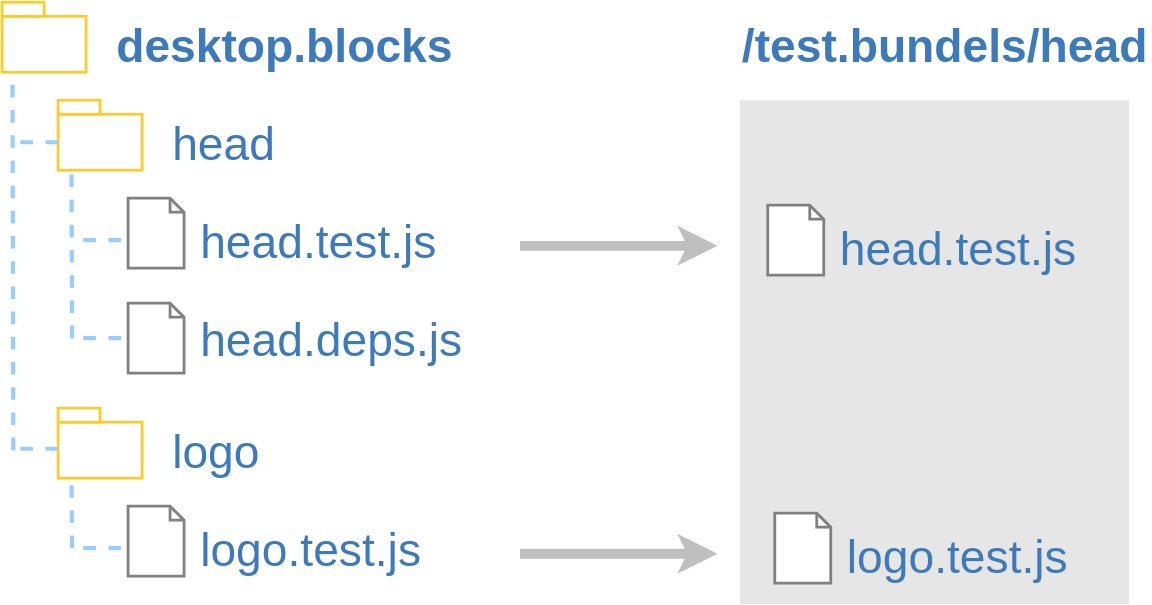
Earlier version of the draw.io export pictures/filter-by-block.svg (dima117/direct-infr). Source tidied: cells renumbered, new cells last; positions are measured from the earlier drawing's top-left corner, leaving out a move shared by most shapes.
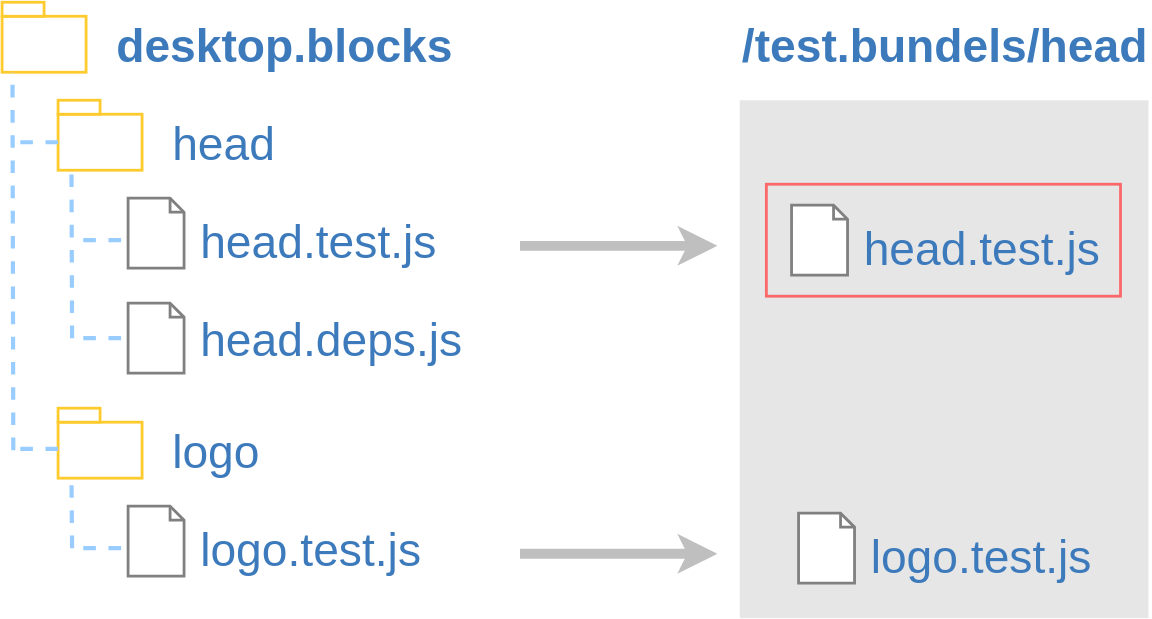
The same file after the commit.

Diff of the diagram source:
```diff
@@ -1,4 +1,4 @@
-<mxGraphModel background="#ffffff">
+<mxGraphModel>
   <root>
     <mxCell id="0" />
     <mxCell id="1" parent="0" />
@@ -119,28 +119,28 @@
       </mxGeometry>
     </mxCell>
     <mxCell id="32" style="rounded=0;whiteSpace=wrap;html=1;strokeColor=none;strokeWidth=1;fillColor=#E6E6E6;fontFamily=Helvetica;fontSize=32;fontColor=#60CC9E;align=center;" parent="1" vertex="1">
-      <mxGeometry x="527" y="70" width="278" height="360" as="geometry" />
+      <mxGeometry x="527" y="70" width="292" height="370" as="geometry" />
     </mxCell>
     <mxCell id="33" value="&lt;div style=&quot;text-align: left&quot;&gt;&lt;span&gt;/test.bundels/head&lt;/span&gt;&lt;/div&gt;" style="text;html=1;strokeColor=none;fillColor=none;align=left;verticalAlign=middle;whiteSpace=wrap;rounded=0;fontFamily=Helvetica;fontSize=33;fontColor=#3C7ABC;fontStyle=1;" parent="1" vertex="1">
       <mxGeometry x="527" y="20" width="40" height="20" as="geometry" />
     </mxCell>
     <mxCell id="34" style="group;" parent="1" vertex="1">
-      <mxGeometry x="547" y="145" width="40" height="50" as="geometry" />
+      <mxGeometry x="564" y="145" width="40" height="50" as="geometry" />
     </mxCell>
     <mxCell id="35" style="shape=note;whiteSpace=wrap;html=1;strokeColor=#808080;strokeWidth=2;fillColor=#FFFFFF;fontSize=24;fontColor=#333333;align=left;size=10;" parent="34" vertex="1">
       <mxGeometry width="40" height="50" as="geometry" />
     </mxCell>
     <mxCell id="36" value="&lt;div style=&quot;text-align: left&quot;&gt;&lt;span&gt;head.test.js&lt;/span&gt;&lt;/div&gt;" style="text;html=1;strokeColor=none;fillColor=none;align=left;verticalAlign=middle;whiteSpace=wrap;rounded=0;fontFamily=Helvetica;fontSize=33;fontColor=#3C7ABC;" parent="1" vertex="1">
-      <mxGeometry x="597" y="165" width="40" height="20" as="geometry" />
+      <mxGeometry x="614" y="165" width="40" height="20" as="geometry" />
     </mxCell>
     <mxCell id="37" style="group;" parent="1" vertex="1">
-      <mxGeometry x="552" y="365" width="40" height="50" as="geometry" />
+      <mxGeometry x="569" y="365" width="40" height="50" as="geometry" />
     </mxCell>
     <mxCell id="38" style="shape=note;whiteSpace=wrap;html=1;strokeColor=#808080;strokeWidth=2;fillColor=#FFFFFF;fontSize=24;fontColor=#333333;align=left;size=10;" parent="37" vertex="1">
       <mxGeometry width="40" height="50" as="geometry" />
     </mxCell>
     <mxCell id="39" value="&lt;div style=&quot;text-align: left&quot;&gt;&lt;span&gt;logo.test.js&lt;/span&gt;&lt;/div&gt;" style="text;html=1;strokeColor=none;fillColor=none;align=left;verticalAlign=middle;whiteSpace=wrap;rounded=0;fontFamily=Helvetica;fontSize=33;fontColor=#3C7ABC;" parent="1" vertex="1">
-      <mxGeometry x="602" y="385" width="40" height="20" as="geometry" />
+      <mxGeometry x="619" y="385" width="40" height="20" as="geometry" />
     </mxCell>
     <mxCell id="40" style="endArrow=classic;html=1;strokeColor=#BFBFBF;strokeWidth=7;fontFamily=Helvetica;fontSize=24;fontColor=#3C7ABC;align=left;" parent="1" edge="1">
       <mxGeometry relative="1" as="geometry">
@@ -148,5 +148,8 @@
         <mxPoint x="511" y="394" as="targetPoint" />
       </mxGeometry>
     </mxCell>
+    <mxCell id="41" style="rounded=0;whiteSpace=wrap;html=1;strokeColor=#FA686A;strokeWidth=2;fillColor=none;fontFamily=Helvetica;fontSize=1;fontColor=#3C7ABC;align=left;" parent="1" vertex="1">
+      <mxGeometry x="546" y="130" width="253" height="80" as="geometry" />
+    </mxCell>
   </root>
 </mxGraphModel>
```
